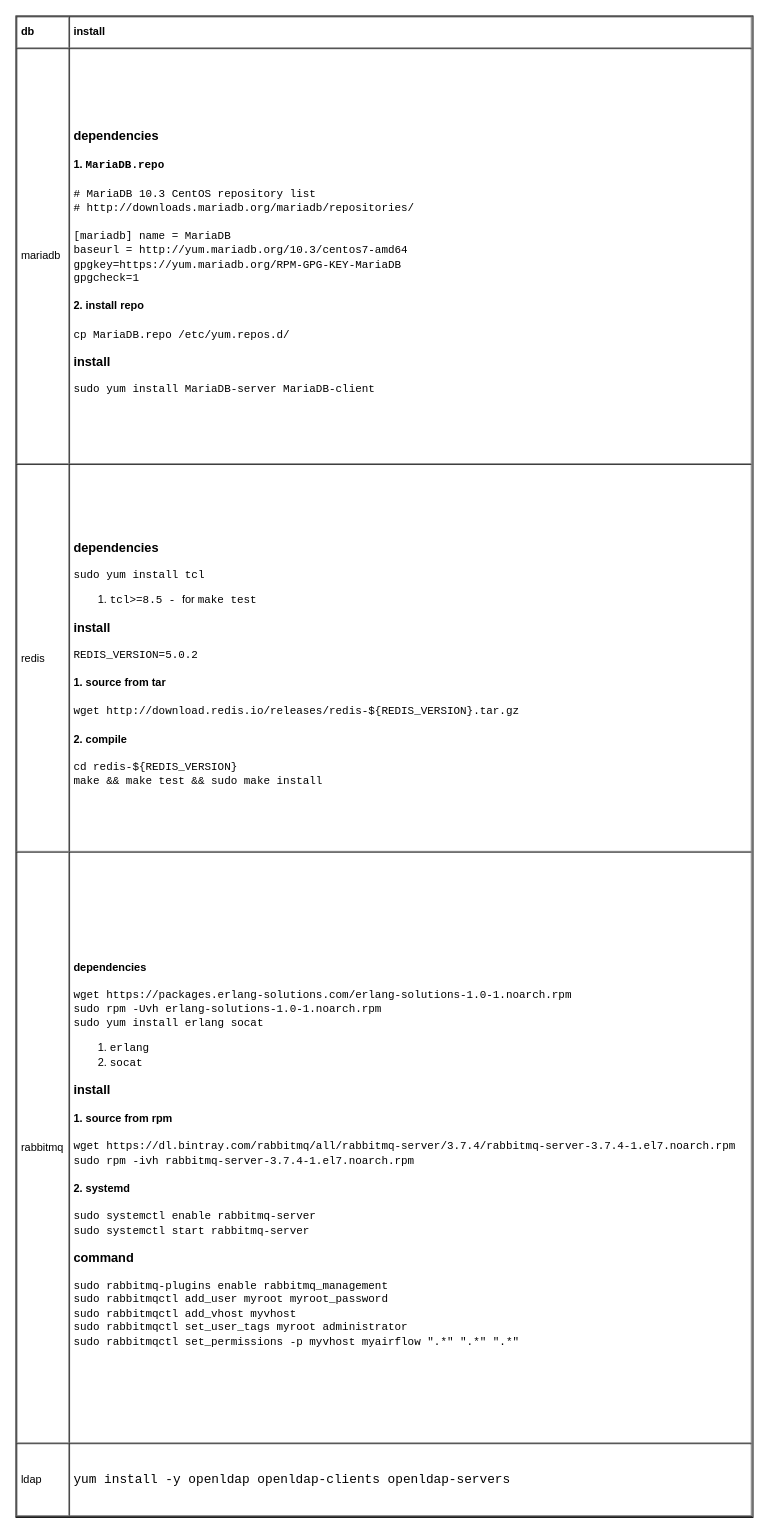
This is page "install" (1 of 4) of db/db.drawio from yangdj/tf_docs, a draw.io file, before an edit. Source tidied: cells renumbered, new cells numbered last; positions are measured from the earlier drawing's top-left corner, leaving out a move shared by most shapes. Both pictures are drawn from the tidied source at 91%, with x=0, y=0 at pixel (15, 15).
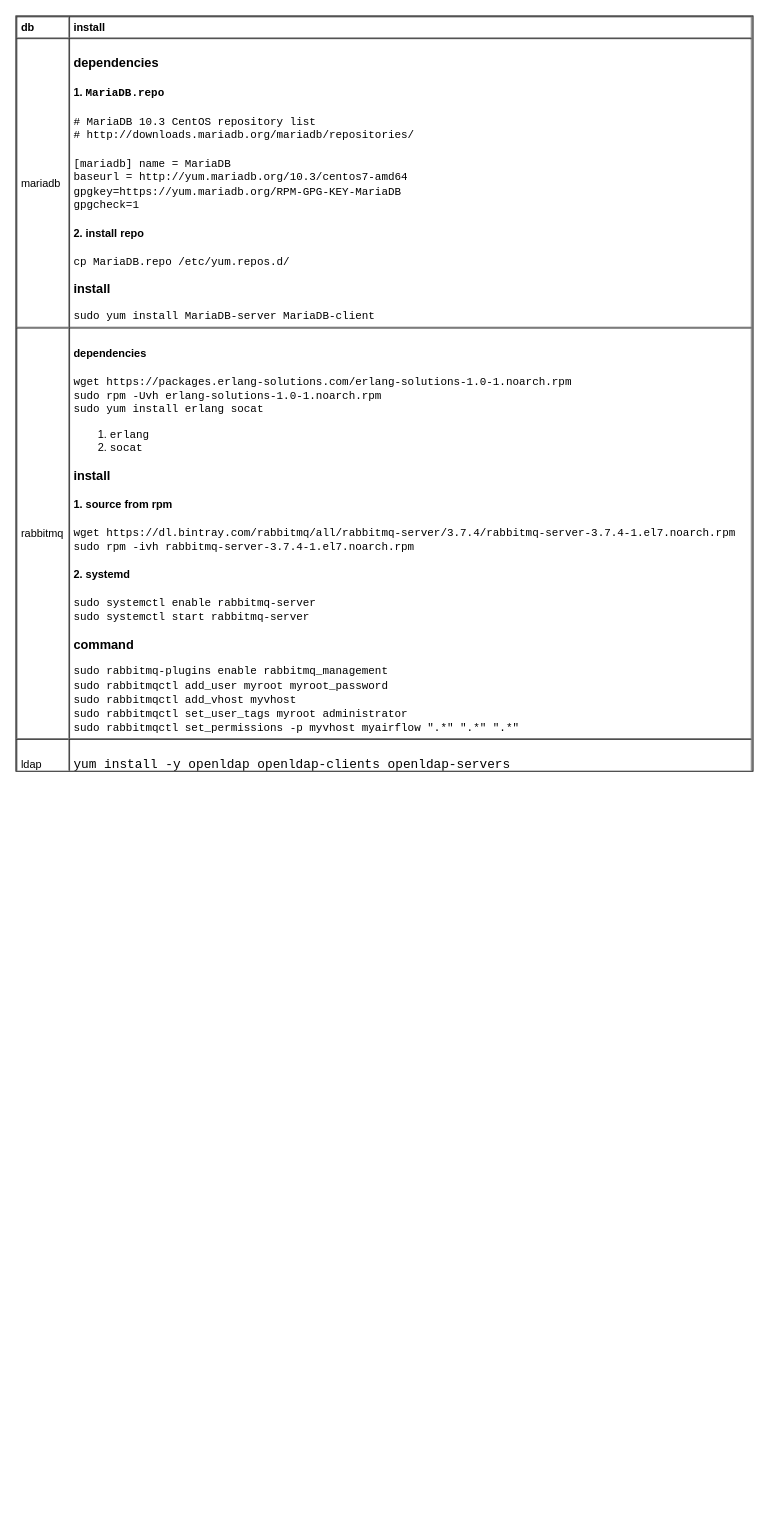
After the change.

Diff of the diagram source:
```diff
@@
 <mxGraphModel>
   <root>
     <mxCell id="0" />
     <mxCell id="1" parent="0" />
-    <mxCell id="2" value="&lt;table cellpadding=&quot;4&quot; cellspacing=&quot;0&quot; border=&quot;1&quot; style=&quot;font-size: 1em ; width: 100% ; height: 100%&quot;&gt;&lt;tbody&gt;&lt;tr&gt;&lt;th&gt;db&lt;/th&gt;&lt;th&gt;install&lt;/th&gt;&lt;/tr&gt;&lt;tr&gt;&lt;td&gt;mariadb&lt;/td&gt;&lt;td&gt;&lt;h3&gt;dependencies&lt;/h3&gt;&lt;h4&gt;1. &lt;font face=&quot;Courier New&quot;&gt;MariaDB.repo&lt;/font&gt;&lt;/h4&gt;&lt;div&gt;&lt;font face=&quot;Courier New&quot;&gt;# MariaDB 10.3 CentOS repository list&lt;/font&gt;&lt;/div&gt;&lt;div&gt;&lt;font face=&quot;Courier New&quot;&gt;# http://downloads.mariadb.org/mariadb/repositories/&lt;/font&gt;&lt;/div&gt;&lt;div&gt;&lt;font face=&quot;Courier New&quot;&gt;&lt;br&gt;&lt;/font&gt;&lt;/div&gt;&lt;div&gt;&lt;font face=&quot;Courier New&quot;&gt;[mariadb] name = MariaDB&lt;/font&gt;&lt;/div&gt;&lt;div&gt;&lt;font face=&quot;Courier New&quot;&gt;baseurl = http://yum.mariadb.org/10.3/centos7-amd64&amp;nbsp;&lt;/font&gt;&lt;/div&gt;&lt;div&gt;&lt;font face=&quot;Courier New&quot;&gt;gpgkey=https://yum.mariadb.org/RPM-GPG-KEY-MariaDB&lt;/font&gt;&lt;/div&gt;&lt;div&gt;&lt;font face=&quot;Courier New&quot;&gt;gpgcheck=1&lt;/font&gt;&lt;/div&gt;&lt;h4&gt;2. install repo&lt;/h4&gt;&lt;div&gt;&lt;font face=&quot;Courier New&quot;&gt;cp MariaDB.repo /etc/yum.repos.d/&lt;/font&gt;&lt;/div&gt;&lt;h3&gt;install&lt;/h3&gt;&lt;div&gt;&lt;font face=&quot;Courier New&quot;&gt;sudo yum install MariaDB-server MariaDB-client&lt;/font&gt;&lt;br&gt;&lt;/div&gt;&lt;/td&gt;&lt;/tr&gt;&lt;tr&gt;&lt;td&gt;redis&lt;/td&gt;&lt;td&gt;&lt;h3&gt;dependencies&lt;/h3&gt;&lt;div&gt;&lt;span style=&quot;font-family: &amp;#34;courier new&amp;#34; ; font-size: 1em&quot;&gt;sudo yum install tcl&lt;/span&gt;&lt;br&gt;&lt;/div&gt;&lt;div&gt;&lt;ol&gt;&lt;li&gt;&lt;font face=&quot;Courier New&quot;&gt;tcl&amp;gt;=8.5 - &lt;/font&gt;for &lt;font face=&quot;Courier New&quot;&gt;make test&lt;br&gt;&lt;/font&gt;&lt;/li&gt;&lt;/ol&gt;&lt;/div&gt;&lt;h3&gt;install&lt;/h3&gt;&lt;div&gt;&lt;font face=&quot;Courier New&quot;&gt;REDIS_VERSION=5.0.2&lt;/font&gt;&lt;/div&gt;&lt;h4&gt;1. source from tar&lt;/h4&gt;&lt;div&gt;&lt;font face=&quot;Courier New&quot;&gt;wget http://download.redis.io/releases/redis-${REDIS_VERSION}.tar.gz&lt;br&gt;&lt;/font&gt;&lt;/div&gt;&lt;h4&gt;2. compile&lt;/h4&gt;&lt;div&gt;&lt;font face=&quot;Courier New&quot;&gt;cd redis-${REDIS_VERSION}&lt;/font&gt;&lt;/div&gt;&lt;div&gt;&lt;font face=&quot;Courier New&quot;&gt;make &amp;amp;&amp;amp; make test &amp;amp;&amp;amp; sudo make install&lt;/font&gt;&lt;/div&gt;&lt;/td&gt;&lt;/tr&gt;&lt;tr&gt;&lt;td&gt;rabbitmq&lt;/td&gt;&lt;td&gt;&lt;h4&gt;dependencies&lt;/h4&gt;&lt;div&gt;&lt;font face=&quot;Courier New&quot;&gt;wget https://packages.erlang-solutions.com/erlang-solutions-1.0-1.noarch.rpm&lt;/font&gt;&lt;/div&gt;&lt;div&gt;&lt;font face=&quot;Courier New&quot;&gt;sudo rpm -Uvh erlang-solutions-1.0-1.noarch.rpm&lt;/font&gt;&lt;br&gt;&lt;/div&gt;&lt;div&gt;&lt;font face=&quot;Courier New&quot;&gt;sudo yum install erlang socat&lt;br&gt;&lt;/font&gt;&lt;/div&gt;&lt;div&gt;&lt;ol&gt;&lt;li&gt;&lt;span style=&quot;font-family: &amp;#34;courier new&amp;#34; ; font-size: 1em&quot;&gt;erlang&lt;/span&gt;&lt;br&gt;&lt;/li&gt;&lt;li&gt;&lt;span style=&quot;font-family: &amp;#34;courier new&amp;#34; ; font-size: 1em&quot;&gt;socat&lt;/span&gt;&lt;/li&gt;&lt;/ol&gt;&lt;h3&gt;install&lt;/h3&gt;&lt;/div&gt;&lt;h4&gt;1. source from rpm&lt;/h4&gt;&lt;div&gt;&lt;font face=&quot;Courier New&quot;&gt;wget https://dl.bintray.com/rabbitmq/all/rabbitmq-server/3.7.4/rabbitmq-server-3.7.4-1.el7.noarch.rpm&lt;br&gt;&lt;/font&gt;&lt;/div&gt;&lt;div&gt;&lt;font face=&quot;Courier New&quot;&gt;sudo rpm -ivh rabbitmq-server-3.7.4-1.el7.noarch.rpm&lt;/font&gt;&lt;/div&gt;&lt;h4&gt;2. systemd&lt;/h4&gt;&lt;div&gt;&lt;div&gt;&lt;font face=&quot;Courier New&quot;&gt;sudo systemctl enable rabbitmq-server&lt;/font&gt;&lt;/div&gt;&lt;div&gt;&lt;font face=&quot;Courier New&quot;&gt;sudo systemctl start rabbitmq-server&lt;/font&gt;&lt;/div&gt;&lt;/div&gt;&lt;h3&gt;command&lt;/h3&gt;&lt;div&gt;&lt;font face=&quot;Courier New&quot;&gt;sudo rabbitmq-plugins enable rabbitmq_management&lt;/font&gt;&lt;/div&gt;&lt;div&gt;&lt;font face=&quot;Courier New&quot;&gt;sudo rabbitmqctl add_user myroot myroot_password&lt;/font&gt;&lt;/div&gt;&lt;div&gt;&lt;span style=&quot;font-family: &amp;#34;courier new&amp;#34;&quot;&gt;sudo rabbitmqctl add_vhost myvhost&lt;/span&gt;&lt;font face=&quot;Courier New&quot;&gt;&lt;br&gt;&lt;/font&gt;&lt;/div&gt;&lt;div&gt;&lt;font face=&quot;Courier New&quot;&gt;sudo rabbitmqctl set_user_tags myroot administrator&lt;/font&gt;&lt;br&gt;&lt;/div&gt;&lt;div&gt;&lt;span style=&quot;font-family: &amp;#34;courier new&amp;#34;&quot;&gt;sudo rabbitmqctl set_permissions -p myvhost myairflow &quot;.*&quot; &quot;.*&quot; &quot;.*&quot;&lt;/span&gt;&lt;/div&gt;&lt;/td&gt;&lt;/tr&gt;&lt;tr&gt;&lt;td&gt;ldap&lt;/td&gt;&lt;td&gt;&lt;h3&gt;&lt;span style=&quot;font-family: &amp;#34;courier new&amp;#34; ; font-size: 1em ; font-weight: normal&quot;&gt;yum install -y openldap openldap-clients openldap-servers&lt;/span&gt;&lt;br&gt;&lt;/h3&gt;&lt;/td&gt;&lt;/tr&gt;&lt;/tbody&gt;&lt;/table&gt; " style="verticalAlign=top;align=left;overflow=fill;fontSize=12;fontFamily=Helvetica;html=1;" parent="1" vertex="1">
-      <mxGeometry width="810" height="1650" as="geometry" />
+    <mxCell id="2" value="&lt;table cellpadding=&quot;4&quot; cellspacing=&quot;0&quot; border=&quot;1&quot; style=&quot;font-size: 1em ; width: 100% ; height: 100%&quot;&gt;&lt;tbody&gt;&lt;tr&gt;&lt;th&gt;db&lt;/th&gt;&lt;th&gt;install&lt;/th&gt;&lt;/tr&gt;&lt;tr&gt;&lt;td&gt;mariadb&lt;/td&gt;&lt;td&gt;&lt;h3&gt;dependencies&lt;/h3&gt;&lt;h4&gt;1. &lt;font face=&quot;Courier New&quot;&gt;MariaDB.repo&lt;/font&gt;&lt;/h4&gt;&lt;div&gt;&lt;font face=&quot;Courier New&quot;&gt;# MariaDB 10.3 CentOS repository list&lt;/font&gt;&lt;/div&gt;&lt;div&gt;&lt;font face=&quot;Courier New&quot;&gt;# http://downloads.mariadb.org/mariadb/repositories/&lt;/font&gt;&lt;/div&gt;&lt;div&gt;&lt;font face=&quot;Courier New&quot;&gt;&lt;br&gt;&lt;/font&gt;&lt;/div&gt;&lt;div&gt;&lt;font face=&quot;Courier New&quot;&gt;[mariadb] name = MariaDB&lt;/font&gt;&lt;/div&gt;&lt;div&gt;&lt;font face=&quot;Courier New&quot;&gt;baseurl = http://yum.mariadb.org/10.3/centos7-amd64&amp;nbsp;&lt;/font&gt;&lt;/div&gt;&lt;div&gt;&lt;font face=&quot;Courier New&quot;&gt;gpgkey=https://yum.mariadb.org/RPM-GPG-KEY-MariaDB&lt;/font&gt;&lt;/div&gt;&lt;div&gt;&lt;font face=&quot;Courier New&quot;&gt;gpgcheck=1&lt;/font&gt;&lt;/div&gt;&lt;h4&gt;2. install repo&lt;/h4&gt;&lt;div&gt;&lt;font face=&quot;Courier New&quot;&gt;cp MariaDB.repo /etc/yum.repos.d/&lt;/font&gt;&lt;/div&gt;&lt;h3&gt;install&lt;/h3&gt;&lt;div&gt;&lt;font face=&quot;Courier New&quot;&gt;sudo yum install MariaDB-server MariaDB-client&lt;/font&gt;&lt;br&gt;&lt;/div&gt;&lt;/td&gt;&lt;/tr&gt;&lt;tr&gt;&lt;td&gt;rabbitmq&lt;/td&gt;&lt;td&gt;&lt;h4&gt;dependencies&lt;/h4&gt;&lt;div&gt;&lt;font face=&quot;Courier New&quot;&gt;wget https://packages.erlang-solutions.com/erlang-solutions-1.0-1.noarch.rpm&lt;/font&gt;&lt;/div&gt;&lt;div&gt;&lt;font face=&quot;Courier New&quot;&gt;sudo rpm -Uvh erlang-solutions-1.0-1.noarch.rpm&lt;/font&gt;&lt;br&gt;&lt;/div&gt;&lt;div&gt;&lt;font face=&quot;Courier New&quot;&gt;sudo yum install erlang socat&lt;br&gt;&lt;/font&gt;&lt;/div&gt;&lt;div&gt;&lt;ol&gt;&lt;li&gt;&lt;span style=&quot;font-family: &amp;#34;courier new&amp;#34; ; font-size: 1em&quot;&gt;erlang&lt;/span&gt;&lt;br&gt;&lt;/li&gt;&lt;li&gt;&lt;span style=&quot;font-family: &amp;#34;courier new&amp;#34; ; font-size: 1em&quot;&gt;socat&lt;/span&gt;&lt;/li&gt;&lt;/ol&gt;&lt;h3&gt;install&lt;/h3&gt;&lt;/div&gt;&lt;h4&gt;1. source from rpm&lt;/h4&gt;&lt;div&gt;&lt;font face=&quot;Courier New&quot;&gt;wget https://dl.bintray.com/rabbitmq/all/rabbitmq-server/3.7.4/rabbitmq-server-3.7.4-1.el7.noarch.rpm&lt;br&gt;&lt;/font&gt;&lt;/div&gt;&lt;div&gt;&lt;font face=&quot;Courier New&quot;&gt;sudo rpm -ivh rabbitmq-server-3.7.4-1.el7.noarch.rpm&lt;/font&gt;&lt;/div&gt;&lt;h4&gt;2. systemd&lt;/h4&gt;&lt;div&gt;&lt;div&gt;&lt;font face=&quot;Courier New&quot;&gt;sudo systemctl enable rabbitmq-server&lt;/font&gt;&lt;/div&gt;&lt;div&gt;&lt;font face=&quot;Courier New&quot;&gt;sudo systemctl start rabbitmq-server&lt;/font&gt;&lt;/div&gt;&lt;/div&gt;&lt;h3&gt;command&lt;/h3&gt;&lt;div&gt;&lt;font face=&quot;Courier New&quot;&gt;sudo rabbitmq-plugins enable rabbitmq_management&lt;/font&gt;&lt;/div&gt;&lt;div&gt;&lt;font face=&quot;Courier New&quot;&gt;sudo rabbitmqctl add_user myroot myroot_password&lt;/font&gt;&lt;/div&gt;&lt;div&gt;&lt;span style=&quot;font-family: &amp;#34;courier new&amp;#34;&quot;&gt;sudo rabbitmqctl add_vhost myvhost&lt;/span&gt;&lt;font face=&quot;Courier New&quot;&gt;&lt;br&gt;&lt;/font&gt;&lt;/div&gt;&lt;div&gt;&lt;font face=&quot;Courier New&quot;&gt;sudo rabbitmqctl set_user_tags myroot administrator&lt;/font&gt;&lt;br&gt;&lt;/div&gt;&lt;div&gt;&lt;span style=&quot;font-family: &amp;#34;courier new&amp;#34;&quot;&gt;sudo rabbitmqctl set_permissions -p myvhost myairflow &quot;.*&quot; &quot;.*&quot; &quot;.*&quot;&lt;/span&gt;&lt;/div&gt;&lt;/td&gt;&lt;/tr&gt;&lt;tr&gt;&lt;td&gt;ldap&lt;/td&gt;&lt;td&gt;&lt;h3&gt;&lt;span style=&quot;font-family: &amp;#34;courier new&amp;#34; ; font-size: 1em ; font-weight: normal&quot;&gt;yum install -y openldap openldap-clients openldap-servers&lt;/span&gt;&lt;br&gt;&lt;/h3&gt;&lt;/td&gt;&lt;/tr&gt;&lt;/tbody&gt;&lt;/table&gt; " style="verticalAlign=top;align=left;overflow=fill;fontSize=12;fontFamily=Helvetica;html=1;" parent="1" vertex="1">
+      <mxGeometry width="810" height="830" as="geometry" />
     </mxCell>
   </root>
 </mxGraphModel>
```
